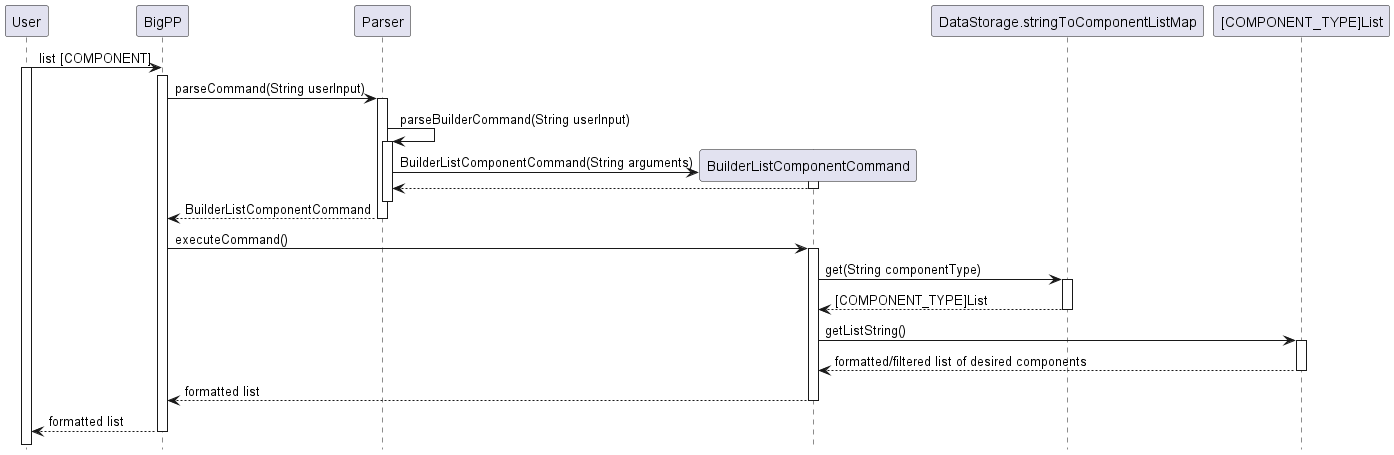
This is docs/uml-pictures/listComponentCommand.png from typingpanda/tp, a PlantUML export, as it was before one commit.
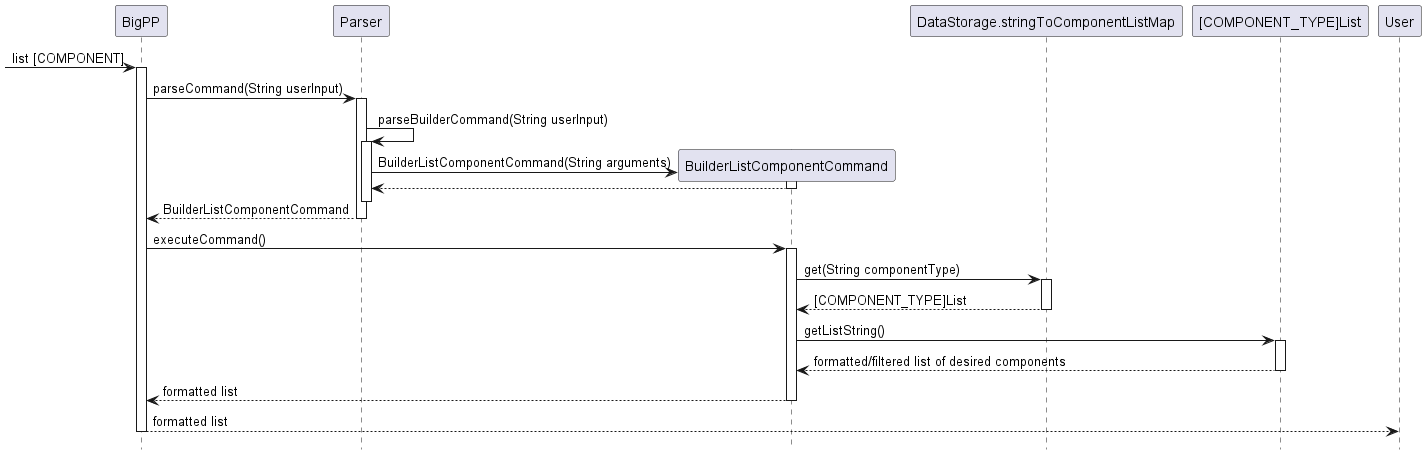
After the commit.

Commit message:
Remove User from ListComponentCommand puml

The edit, as a diff of the source:
```diff
@@ -2,8 +2,8 @@
 !pragma teoz true
 hide footbox
 
-User -> BigPP : list [COMPONENT]
-activate User
+-> BigPP : list [COMPONENT]
+
 activate BigPP
 
 BigPP -> Parser : parseCommand(String userInput)
```
